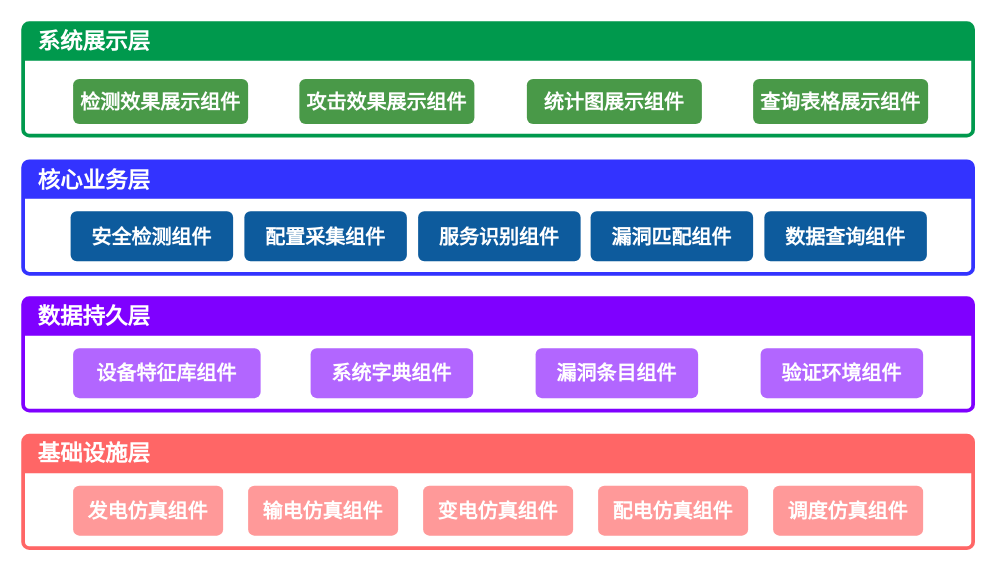
Above: page "攻击验证" (1 of 4) of 功能组件.drawio in ytwei72/drawio (draw.io), before the change. Source tidied: cells renumbered, new cells numbered last; positions are measured from the earlier drawing's top-left corner, leaving out a move shared by most shapes. Both pictures are drawn from the tidied source at 125%, with x=0, y=0 at pixel (22, 22).
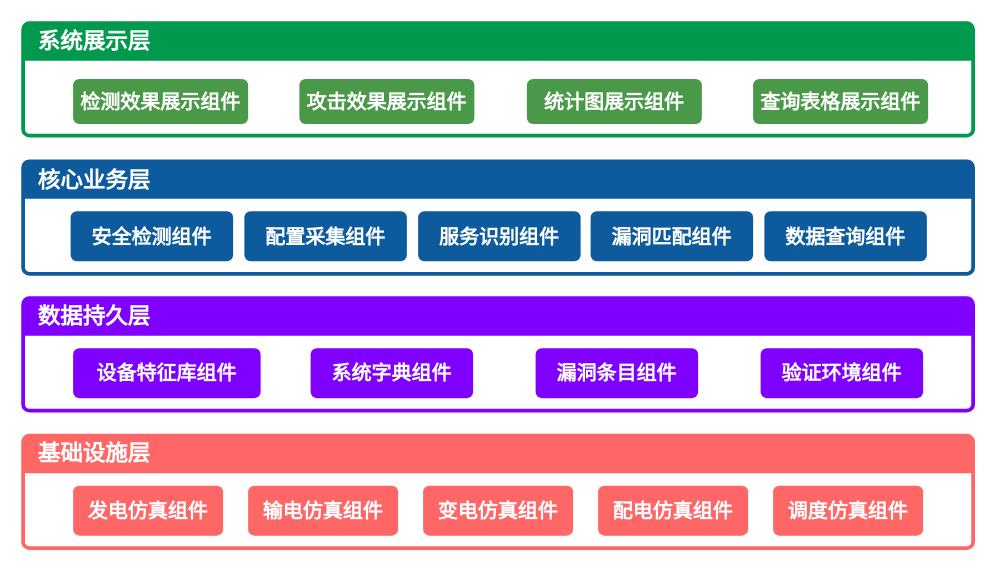
After the change.

The change refers to these unchanged cells:
```xml
<mxCell id="15" style="html=1;shadow=0;dashed=0;shape=mxgraph.bootstrap.rrect;align=center;rSize=5;strokeColor=#7F00FF;fontColor=#f0f0f0;spacingTop=30;whiteSpace=wrap;fillColor=none;strokeWidth=3;" parent="1" vertex="1">
  <mxGeometry y="220" width="760" height="90" as="geometry" />
</mxCell>
<mxCell id="21" style="html=1;shadow=0;dashed=0;shape=mxgraph.bootstrap.rrect;align=center;rSize=5;strokeColor=#FF6666;fontColor=#f0f0f0;spacingTop=30;whiteSpace=wrap;fillColor=none;strokeWidth=3;" parent="1" vertex="1">
  <mxGeometry y="330" width="760" height="90" as="geometry" />
</mxCell>
```

Change to the diagram source:
```diff
@@
-    <mxCell id="8" style="html=1;shadow=0;dashed=0;shape=mxgraph.bootstrap.rrect;align=center;rSize=5;strokeColor=#3333FF;fontColor=#f0f0f0;spacingTop=30;whiteSpace=wrap;fillColor=none;strokeWidth=3;" parent="1" vertex="1">
+    <mxCell id="8" style="html=1;shadow=0;dashed=0;shape=mxgraph.bootstrap.rrect;align=center;rSize=5;strokeColor=#0D5B9D;fontColor=#f0f0f0;spacingTop=30;whiteSpace=wrap;fillColor=none;strokeWidth=3;" parent="1" vertex="1">
       <mxGeometry y="110.5" width="760" height="90" as="geometry" />
     </mxCell>
-    <mxCell id="9" value="核心业务层" style="html=1;shadow=0;dashed=0;shape=mxgraph.bootstrap.topButton;rSize=5;strokeColor=none;fillColor=#3333FF;fontColor=#FFFFFF;fontSize=18;fontStyle=1;align=left;spacingLeft=10;whiteSpace=wrap;" parent="8" vertex="1">
+    <mxCell id="9" value="核心业务层" style="html=1;shadow=0;dashed=0;shape=mxgraph.bootstrap.topButton;rSize=5;strokeColor=none;fillColor=#0D5B9D;fontColor=#FFFFFF;fontSize=18;fontStyle=1;align=left;spacingLeft=10;whiteSpace=wrap;" parent="8" vertex="1">
       <mxGeometry width="760" height="30" relative="1" as="geometry" />
     </mxCell>
@@
-    <mxCell id="17" value="设备特征库组件" style="html=1;shadow=0;dashed=0;shape=mxgraph.bootstrap.rrect;align=center;rSize=5;strokeColor=none;fillColor=#B266FF;fontColor=#ffffff;fontStyle=1;whiteSpace=wrap;fontSize=16;fontFamily=楷体;" parent="15" vertex="1">
+    <mxCell id="17" value="设备特征库组件" style="html=1;shadow=0;dashed=0;shape=mxgraph.bootstrap.rrect;align=center;rSize=5;strokeColor=none;fillColor=#7F00FF;fontColor=#ffffff;fontStyle=1;whiteSpace=wrap;fontSize=16;fontFamily=楷体;" parent="15" vertex="1">
       <mxGeometry x="40" y="40" width="150" height="40" as="geometry" />
     </mxCell>
-    <mxCell id="18" value="系统字典组件" style="html=1;shadow=0;dashed=0;shape=mxgraph.bootstrap.rrect;align=center;rSize=5;strokeColor=none;fillColor=#B266FF;fontColor=#ffffff;fontStyle=1;whiteSpace=wrap;fontSize=16;fontFamily=楷体;" parent="15" vertex="1">
+    <mxCell id="18" value="系统字典组件" style="html=1;shadow=0;dashed=0;shape=mxgraph.bootstrap.rrect;align=center;rSize=5;strokeColor=none;fillColor=#7F00FF;fontColor=#ffffff;fontStyle=1;whiteSpace=wrap;fontSize=16;fontFamily=楷体;" parent="15" vertex="1">
       <mxGeometry x="230" y="40" width="130" height="40" as="geometry" />
     </mxCell>
-    <mxCell id="19" value="漏洞条目组件" style="html=1;shadow=0;dashed=0;shape=mxgraph.bootstrap.rrect;align=center;rSize=5;strokeColor=none;fillColor=#B266FF;fontColor=#ffffff;fontStyle=1;whiteSpace=wrap;fontSize=16;fontFamily=楷体;" parent="15" vertex="1">
+    <mxCell id="19" value="漏洞条目组件" style="html=1;shadow=0;dashed=0;shape=mxgraph.bootstrap.rrect;align=center;rSize=5;strokeColor=none;fillColor=#7F00FF;fontColor=#ffffff;fontStyle=1;whiteSpace=wrap;fontSize=16;fontFamily=楷体;" parent="15" vertex="1">
       <mxGeometry x="410" y="40" width="130" height="40" as="geometry" />
     </mxCell>
-    <mxCell id="20" value="验证环境组件" style="html=1;shadow=0;dashed=0;shape=mxgraph.bootstrap.rrect;align=center;rSize=5;strokeColor=none;fillColor=#B266FF;fontColor=#ffffff;fontStyle=1;whiteSpace=wrap;fontSize=16;fontFamily=楷体;" parent="15" vertex="1">
+    <mxCell id="20" value="验证环境组件" style="html=1;shadow=0;dashed=0;shape=mxgraph.bootstrap.rrect;align=center;rSize=5;strokeColor=none;fillColor=#7F00FF;fontColor=#ffffff;fontStyle=1;whiteSpace=wrap;fontSize=16;fontFamily=楷体;" parent="15" vertex="1">
       <mxGeometry x="590" y="40" width="130" height="40" as="geometry" />
     </mxCell>
@@
-    <mxCell id="23" value="发电仿真组件" style="html=1;shadow=0;dashed=0;shape=mxgraph.bootstrap.rrect;align=center;rSize=5;strokeColor=none;fillColor=#FF9999;fontColor=#ffffff;fontStyle=1;whiteSpace=wrap;fontSize=16;fontFamily=楷体;" parent="21" vertex="1">
+    <mxCell id="23" value="发电仿真组件" style="html=1;shadow=0;dashed=0;shape=mxgraph.bootstrap.rrect;align=center;rSize=5;strokeColor=none;fillColor=#FF6666;fontColor=#ffffff;fontStyle=1;whiteSpace=wrap;fontSize=16;fontFamily=楷体;" parent="21" vertex="1">
       <mxGeometry x="40" y="40" width="120" height="40" as="geometry" />
     </mxCell>
-    <mxCell id="24" value="输电仿真组件" style="html=1;shadow=0;dashed=0;shape=mxgraph.bootstrap.rrect;align=center;rSize=5;strokeColor=none;fillColor=#FF9999;fontColor=#ffffff;fontStyle=1;whiteSpace=wrap;fontSize=16;fontFamily=楷体;" parent="21" vertex="1">
+    <mxCell id="24" value="输电仿真组件" style="html=1;shadow=0;dashed=0;shape=mxgraph.bootstrap.rrect;align=center;rSize=5;strokeColor=none;fillColor=#FF6666;fontColor=#ffffff;fontStyle=1;whiteSpace=wrap;fontSize=16;fontFamily=楷体;" parent="21" vertex="1">
       <mxGeometry x="180" y="40" width="120" height="40" as="geometry" />
     </mxCell>
-    <mxCell id="25" value="变电仿真组件" style="html=1;shadow=0;dashed=0;shape=mxgraph.bootstrap.rrect;align=center;rSize=5;strokeColor=none;fillColor=#FF9999;fontColor=#ffffff;fontStyle=1;whiteSpace=wrap;fontSize=16;fontFamily=楷体;" parent="21" vertex="1">
+    <mxCell id="25" value="变电仿真组件" style="html=1;shadow=0;dashed=0;shape=mxgraph.bootstrap.rrect;align=center;rSize=5;strokeColor=none;fillColor=#FF6666;fontColor=#ffffff;fontStyle=1;whiteSpace=wrap;fontSize=16;fontFamily=楷体;" parent="21" vertex="1">
       <mxGeometry x="320" y="40" width="120" height="40" as="geometry" />
     </mxCell>
-    <mxCell id="26" value="配电仿真组件" style="html=1;shadow=0;dashed=0;shape=mxgraph.bootstrap.rrect;align=center;rSize=5;strokeColor=none;fillColor=#FF9999;fontColor=#ffffff;fontStyle=1;whiteSpace=wrap;fontSize=16;fontFamily=楷体;" parent="21" vertex="1">
+    <mxCell id="26" value="配电仿真组件" style="html=1;shadow=0;dashed=0;shape=mxgraph.bootstrap.rrect;align=center;rSize=5;strokeColor=none;fillColor=#FF6666;fontColor=#ffffff;fontStyle=1;whiteSpace=wrap;fontSize=16;fontFamily=楷体;" parent="21" vertex="1">
       <mxGeometry x="460" y="40" width="120" height="40" as="geometry" />
     </mxCell>
-    <mxCell id="27" value="调度仿真组件" style="html=1;shadow=0;dashed=0;shape=mxgraph.bootstrap.rrect;align=center;rSize=5;strokeColor=none;fillColor=#FF9999;fontColor=#ffffff;fontStyle=1;whiteSpace=wrap;fontSize=16;fontFamily=楷体;" parent="21" vertex="1">
+    <mxCell id="27" value="调度仿真组件" style="html=1;shadow=0;dashed=0;shape=mxgraph.bootstrap.rrect;align=center;rSize=5;strokeColor=none;fillColor=#FF6666;fontColor=#ffffff;fontStyle=1;whiteSpace=wrap;fontSize=16;fontFamily=楷体;" parent="21" vertex="1">
       <mxGeometry x="600" y="40" width="120" height="40" as="geometry" />
     </mxCell>
```
